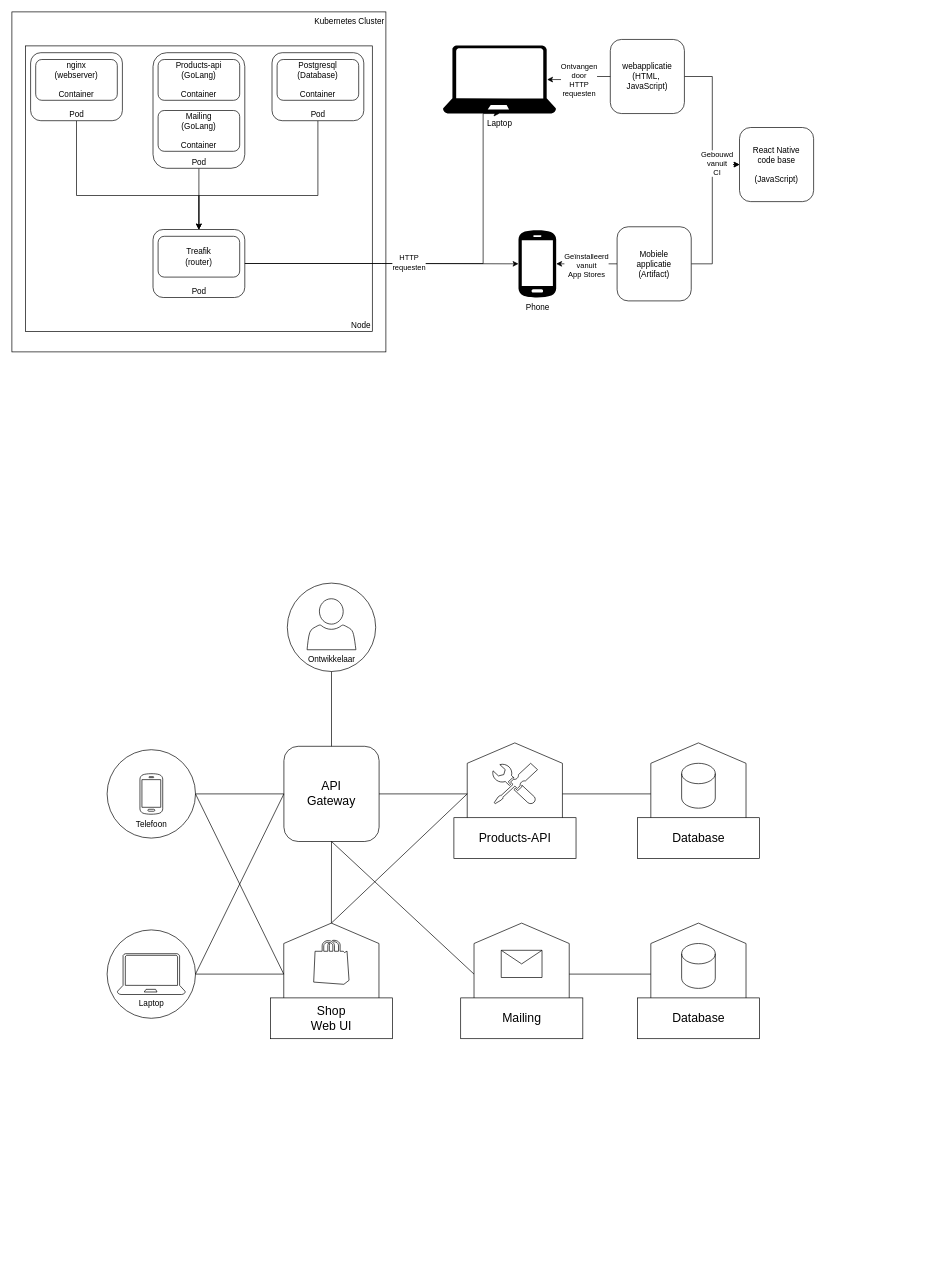
luukvankooten/draw.io keeps this draw.io diagram as page "Page-10" (10 of 10) of cli app.drawio. Above is the earlier version. Source tidied: cells renumbered, new cells numbered last; positions are measured from the earlier drawing's top-left corner, leaving out a move shared by most shapes. Both pictures are drawn from the tidied source at 68%, with x=0, y=0 at pixel (12, 12).
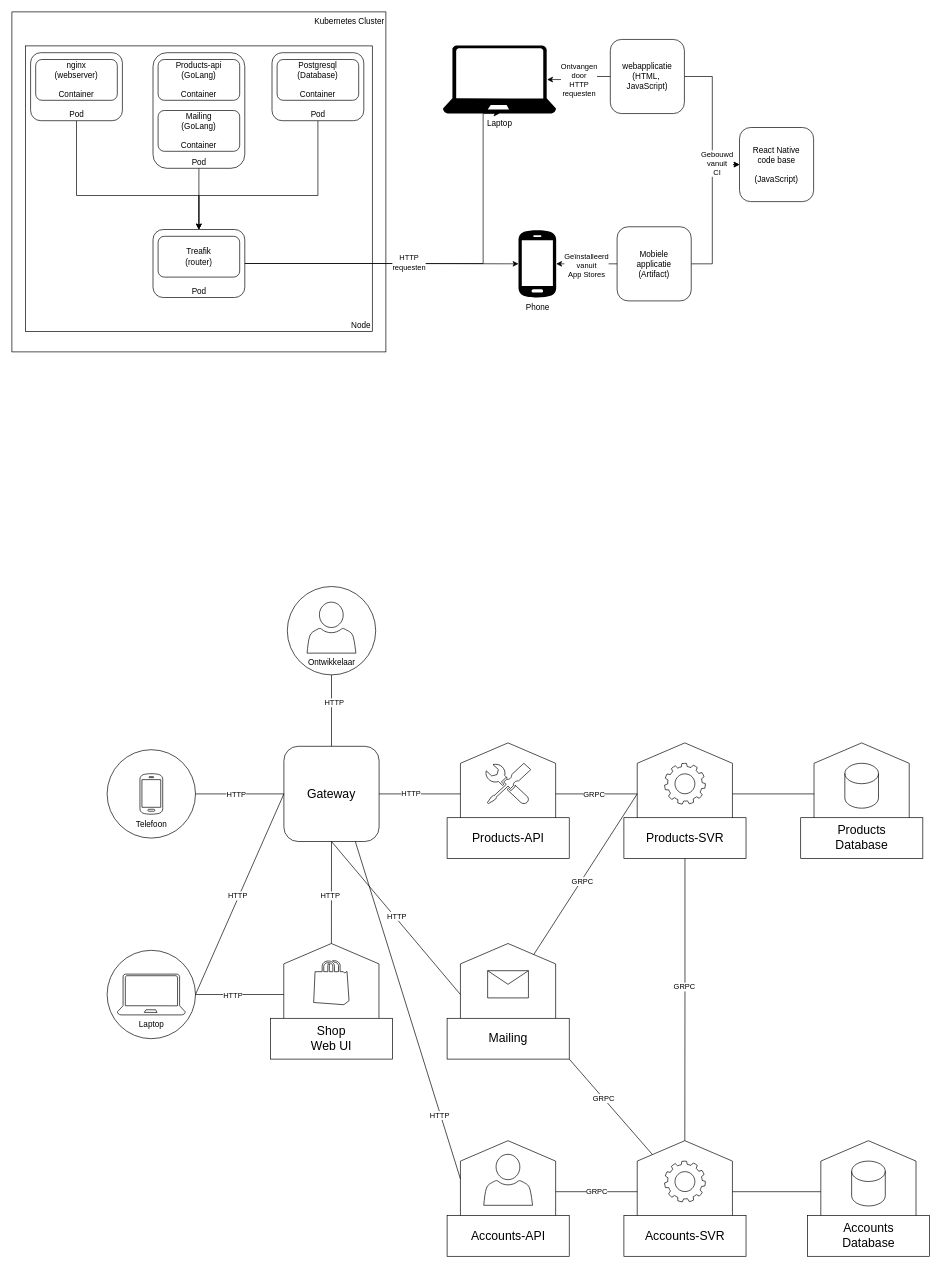
The same page after the edit.

The change refers to these unchanged cells:
```xml
<mxCell id="32" style="group;" parent="1" vertex="1">
  <mxGeometry x="140" y="1350" width="130" height="130" as="geometry" />
</mxCell>
<mxCell id="39" style="rounded=0;jettySize=auto;html=1;entryX=0.5;entryY=1;entryDx=0;entryDy=0;endArrow=none;endFill=0;" parent="1" edge="1" source="40" target="44">
  <mxGeometry relative="1" as="geometry" />
</mxCell>
<mxCell id="41" style="rounded=0;jettySize=auto;html=1;entryX=0;entryY=0.5;entryDx=0;entryDy=0;endArrow=none;endFill=0;" parent="1" edge="1" source="36" target="40">
  <mxGeometry relative="1" as="geometry" />
</mxCell>
<mxCell id="42" style="rounded=0;jettySize=auto;html=1;entryX=0;entryY=0.5;entryDx=0;entryDy=0;endArrow=none;endFill=0;exitX=1;exitY=0.5;exitDx=0;exitDy=0;" parent="1" edge="1" source="33" target="40">
  <mxGeometry relative="1" as="geometry" />
</mxCell>
<mxCell id="44" style="shape=hexagon;perimeter=hexagonPerimeter2;whiteSpace=wrap;html=1;fixedSize=1;rotation=90;size=30;fillColor=none;" parent="43" vertex="1">
  <mxGeometry x="14.6" y="5" width="150" height="140" as="geometry" />
</mxCell>
<mxCell id="49" style="shape=hexagon;perimeter=hexagonPerimeter2;whiteSpace=wrap;html=1;fixedSize=1;rotation=90;size=30;fillColor=none;" parent="48" vertex="1">
  <mxGeometry x="14.6" y="5" width="150" height="140" as="geometry" />
</mxCell>
<mxCell id="53" style="shape=hexagon;perimeter=hexagonPerimeter2;whiteSpace=wrap;html=1;fixedSize=1;rotation=90;size=30;fillColor=none;" parent="52" vertex="1">
  <mxGeometry x="14.6" y="5" width="150" height="140" as="geometry" />
</mxCell>
<mxCell id="56" style="rounded=0;jettySize=auto;html=1;entryX=0.5;entryY=1;entryDx=0;entryDy=0;strokeColor=default;endArrow=none;endFill=0;" parent="1" edge="1" source="33" target="53">
  <mxGeometry relative="1" as="geometry" />
</mxCell>
<mxCell id="57" style="rounded=0;jettySize=auto;html=1;entryX=0.5;entryY=1;entryDx=0;entryDy=0;endArrow=none;endFill=0;" parent="1" edge="1" source="53" target="40">
  <mxGeometry relative="1" as="geometry" />
</mxCell>
<mxCell id="60" style="shape=hexagon;perimeter=hexagonPerimeter2;whiteSpace=wrap;html=1;fixedSize=1;rotation=90;size=30;fillColor=none;" parent="59" vertex="1">
  <mxGeometry x="14.6" y="5" width="150" height="140" as="geometry" />
</mxCell>
<mxCell id="61" value="&lt;font style=&quot;font-size: 18px;&quot;&gt;Mailing&lt;/font&gt;" style="rounded=0;whiteSpace=wrap;html=1;" parent="59" vertex="1">
  <mxGeometry y="110" width="179.6" height="60" as="geometry" />
</mxCell>
<mxCell id="63" style="rounded=0;jettySize=auto;html=1;entryX=0.5;entryY=1;entryDx=0;entryDy=0;endArrow=none;endFill=0;exitX=0.5;exitY=1;exitDx=0;exitDy=0;" parent="1" edge="1" source="60" target="40">
  <mxGeometry relative="1" as="geometry" />
</mxCell>
<mxCell id="72" style="edgeStyle=orthogonalEdgeStyle;rounded=0;jettySize=auto;html=1;endArrow=none;endFill=0;" parent="1" edge="1" source="70" target="40">
  <mxGeometry relative="1" as="geometry" />
</mxCell>
```

The edit, as a diff of the source:
```diff
@@
-    <mxCell id="2" style="rounded=0;jettySize=auto;html=1;entryX=0.5;entryY=1;entryDx=0;entryDy=0;endArrow=none;endFill=0;exitX=0;exitY=0.5;exitDx=0;exitDy=0;" parent="1" edge="1" source="53" target="44">
-      <mxGeometry relative="1" as="geometry" />
-    </mxCell>
@@
     <mxCell id="33" style="ellipse;whiteSpace=wrap;html=1;fillColor=none;" parent="32" vertex="1">
-      <mxGeometry width="130" height="130" as="geometry" />
+      <mxGeometry y="30" width="130" height="130" as="geometry" />
     </mxCell>
     <mxCell id="34" value="&lt;div&gt;Laptop&lt;/div&gt;" style="verticalLabelPosition=bottom;html=1;verticalAlign=top;align=center;strokeColor=default;fillColor=none;shape=mxgraph.azure.laptop;" parent="32" vertex="1">
-      <mxGeometry x="15" y="35" width="100" height="60" as="geometry" />
+      <mxGeometry x="15" y="65" width="100" height="60" as="geometry" />
     </mxCell>
@@
+    <mxCell id="73" value="HTTP" style="edgeLabel;html=1;align=center;verticalAlign=middle;" parent="39" vertex="1">
+      <mxGeometry x="-0.23" y="1" relative="1" as="geometry" />
+    </mxCell>
+    <mxCell id="74" style="rounded=0;jettySize=auto;html=1;entryX=0.375;entryY=1;entryDx=0;entryDy=0;exitX=0.75;exitY=1;exitDx=0;exitDy=0;endArrow=none;endFill=0;" parent="1" edge="1" source="40" target="92">
+      <mxGeometry relative="1" as="geometry" />
+    </mxCell>
+    <mxCell id="75" value="HTTP" style="edgeLabel;html=1;align=center;verticalAlign=middle;" parent="74" vertex="1">
+      <mxGeometry x="0.62" y="-2" relative="1" as="geometry" />
+    </mxCell>
-    <mxCell id="40" value="&lt;div style=&quot;font-size: 18px;&quot;&gt;&lt;font style=&quot;font-size: 18px;&quot;&gt;API&lt;/font&gt;&lt;/div&gt;&lt;div style=&quot;font-size: 18px;&quot;&gt;&lt;font style=&quot;font-size: 18px;&quot;&gt;Gateway&lt;font style=&quot;font-size: 18px;&quot;&gt;&lt;br&gt;&lt;/font&gt;&lt;/font&gt;&lt;/div&gt;" style="rounded=1;whiteSpace=wrap;html=1;fillColor=none;" parent="1" vertex="1">
+    <mxCell id="40" value="&lt;div style=&quot;font-size: 18px;&quot;&gt;&lt;font style=&quot;font-size: 18px;&quot;&gt;Gateway&lt;font style=&quot;font-size: 18px;&quot;&gt;&lt;br&gt;&lt;/font&gt;&lt;/font&gt;&lt;/div&gt;" style="rounded=1;whiteSpace=wrap;html=1;fillColor=none;" parent="1" vertex="1">
       <mxGeometry x="400" y="1080" width="140" height="140" as="geometry" />
     </mxCell>
@@
+    <mxCell id="76" value="HTTP" style="edgeLabel;html=1;align=center;verticalAlign=middle;" parent="41" vertex="1">
+      <mxGeometry x="-0.1" relative="1" as="geometry" />
+    </mxCell>
@@
+    <mxCell id="77" value="HTTP" style="edgeLabel;html=1;align=center;verticalAlign=middle;" parent="42" vertex="1">
+      <mxGeometry x="-0.02" y="2" relative="1" as="geometry" />
+    </mxCell>
     <mxCell id="43" style="group;" parent="1" vertex="1">
-      <mxGeometry x="650" y="1075" width="179.6" height="170" as="geometry" />
+      <mxGeometry x="640" y="1075" width="179.6" height="170" as="geometry" />
     </mxCell>
@@
-    <mxCell id="47" style="edgeStyle=orthogonalEdgeStyle;rounded=0;jettySize=auto;html=1;entryX=0.5;entryY=1;entryDx=0;entryDy=0;endArrow=none;endFill=0;" parent="1" edge="1" source="44" target="49">
-      <mxGeometry relative="1" as="geometry" />
-    </mxCell>
     <mxCell id="48" style="group;" parent="1" vertex="1">
-      <mxGeometry x="920" y="1075" width="179.6" height="170" as="geometry" />
+      <mxGeometry x="1160" y="1075" width="179.6" height="170" as="geometry" />
     </mxCell>
@@
-    <mxCell id="51" value="&lt;font style=&quot;font-size: 18px;&quot;&gt;Database&lt;/font&gt;" style="rounded=0;whiteSpace=wrap;html=1;" parent="48" vertex="1">
+    <mxCell id="51" value="&lt;font style=&quot;font-size: 18px;&quot;&gt;Products&lt;/font&gt;&lt;div&gt;&lt;font style=&quot;font-size: 18px;&quot;&gt;Database&lt;/font&gt;&lt;/div&gt;" style="rounded=0;whiteSpace=wrap;html=1;" parent="48" vertex="1">
       <mxGeometry y="110" width="179.6" height="60" as="geometry" />
     </mxCell>
     <mxCell id="52" style="group;" parent="1" vertex="1">
-      <mxGeometry x="380.2" y="1340" width="179.6" height="170" as="geometry" />
+      <mxGeometry x="380.2" y="1370" width="179.6" height="170" as="geometry" />
     </mxCell>
@@
+    <mxCell id="78" value="HTTP" style="edgeLabel;html=1;align=center;verticalAlign=middle;" parent="56" vertex="1">
+      <mxGeometry x="-0.17" y="-1" relative="1" as="geometry" />
+    </mxCell>
@@
-    <mxCell id="58" style="rounded=0;jettySize=auto;html=1;entryX=0.5;entryY=1;entryDx=0;entryDy=0;endArrow=none;endFill=0;" parent="1" edge="1" target="53">
-      <mxGeometry relative="1" as="geometry">
-        <mxPoint x="270" y="1150" as="sourcePoint" />
-      </mxGeometry>
-    </mxCell>
+    <mxCell id="79" value="HTTP" style="edgeLabel;html=1;align=center;verticalAlign=middle;" parent="57" vertex="1">
+      <mxGeometry x="-0.05" y="2" relative="1" as="geometry" />
+    </mxCell>
     <mxCell id="59" style="group;" parent="1" vertex="1">
-      <mxGeometry x="660" y="1340" width="179.6" height="170" as="geometry" />
+      <mxGeometry x="640" y="1370" width="179.6" height="170" as="geometry" />
     </mxCell>
@@
-    <mxCell id="64" style="group;" parent="1" vertex="1">
-      <mxGeometry x="920" y="1340" width="179.6" height="170" as="geometry" />
-    </mxCell>
-    <mxCell id="65" style="shape=hexagon;perimeter=hexagonPerimeter2;whiteSpace=wrap;html=1;fixedSize=1;rotation=90;size=30;fillColor=none;" parent="64" vertex="1">
-      <mxGeometry x="14.6" y="5" width="150" height="140" as="geometry" />
-    </mxCell>
-    <mxCell id="66" style="shape=cylinder3;whiteSpace=wrap;html=1;boundedLbl=1;backgroundOutline=1;size=15;fillColor=none;" parent="64" vertex="1">
-      <mxGeometry x="64.9" y="30" width="49.5" height="66" as="geometry" />
-    </mxCell>
-    <mxCell id="67" value="&lt;font style=&quot;font-size: 18px;&quot;&gt;Database&lt;/font&gt;" style="rounded=0;whiteSpace=wrap;html=1;" parent="64" vertex="1">
-      <mxGeometry y="110" width="179.6" height="60" as="geometry" />
-    </mxCell>
-    <mxCell id="68" style="edgeStyle=orthogonalEdgeStyle;rounded=0;jettySize=auto;html=1;entryX=0.5;entryY=1;entryDx=0;entryDy=0;endArrow=none;endFill=0;" parent="1" edge="1" source="60" target="65">
-      <mxGeometry relative="1" as="geometry" />
-    </mxCell>
+    <mxCell id="80" value="HTTP" style="edgeLabel;html=1;align=center;verticalAlign=middle;" parent="63" vertex="1">
+      <mxGeometry x="0.01" y="-3" relative="1" as="geometry" />
+    </mxCell>
     <mxCell id="69" style="group;" parent="1" vertex="1">
-      <mxGeometry x="405" y="840" width="130" height="130" as="geometry" />
+      <mxGeometry x="405" y="845" width="130" height="130" as="geometry" />
     </mxCell>
@@
+    <mxCell id="81" value="HTTP" style="edgeLabel;html=1;align=center;verticalAlign=middle;" parent="72" vertex="1">
+      <mxGeometry x="-0.24" y="3" relative="1" as="geometry" />
+    </mxCell>
+    <mxCell id="82" style="group;" parent="1" vertex="1">
+      <mxGeometry x="900" y="1075" width="179.6" height="170" as="geometry" />
+    </mxCell>
+    <mxCell id="83" style="shape=hexagon;perimeter=hexagonPerimeter2;whiteSpace=wrap;html=1;fixedSize=1;rotation=90;size=30;fillColor=none;" parent="82" vertex="1">
+      <mxGeometry x="14.6" y="5" width="150" height="140" as="geometry" />
+    </mxCell>
+    <mxCell id="84" value="&lt;font style=&quot;font-size: 18px;&quot;&gt;Products-SVR&lt;/font&gt;" style="rounded=0;whiteSpace=wrap;html=1;" parent="82" vertex="1">
+      <mxGeometry y="110" width="179.6" height="60" as="geometry" />
+    </mxCell>
+    <mxCell id="85" style="sketch=0;html=1;strokeColor=default;shadow=0;fillColor=none;verticalAlign=top;labelPosition=center;verticalLabelPosition=bottom;shape=mxgraph.gcp2.gear;" parent="82" vertex="1">
+      <mxGeometry x="59.8" y="30" width="60" height="60" as="geometry" />
+    </mxCell>
+    <mxCell id="86" style="edgeStyle=orthogonalEdgeStyle;rounded=0;jettySize=auto;html=1;entryX=0.5;entryY=1;entryDx=0;entryDy=0;endArrow=none;endFill=0;" parent="1" edge="1" source="44" target="83">
+      <mxGeometry relative="1" as="geometry" />
+    </mxCell>
+    <mxCell id="87" value="GRPC" style="edgeLabel;html=1;align=center;verticalAlign=middle;" parent="86" vertex="1">
+      <mxGeometry x="-0.12" relative="1" as="geometry">
+        <mxPoint x="3" as="offset" />
+      </mxGeometry>
+    </mxCell>
+    <mxCell id="88" style="rounded=0;jettySize=auto;html=1;entryX=0.5;entryY=1;entryDx=0;entryDy=0;endArrow=none;endFill=0;" parent="1" edge="1" source="60" target="83">
+      <mxGeometry relative="1" as="geometry" />
+    </mxCell>
+    <mxCell id="89" value="GRPC" style="edgeLabel;html=1;align=center;verticalAlign=middle;" parent="88" vertex="1">
+      <mxGeometry x="-0.07" y="-5" relative="1" as="geometry">
+        <mxPoint x="-4" as="offset" />
+      </mxGeometry>
+    </mxCell>
+    <mxCell id="90" style="rounded=0;jettySize=auto;html=1;endArrow=none;endFill=0;" parent="1" edge="1" source="83" target="49">
+      <mxGeometry relative="1" as="geometry" />
+    </mxCell>
+    <mxCell id="91" style="group;" parent="1" vertex="1">
+      <mxGeometry x="640" y="1660" width="179.6" height="170" as="geometry" />
+    </mxCell>
+    <mxCell id="92" style="shape=hexagon;perimeter=hexagonPerimeter2;whiteSpace=wrap;html=1;fixedSize=1;rotation=90;size=30;fillColor=none;" parent="91" vertex="1">
+      <mxGeometry x="14.6" y="5" width="150" height="140" as="geometry" />
+    </mxCell>
+    <mxCell id="93" value="&lt;font style=&quot;font-size: 18px;&quot;&gt;Accounts-API&lt;/font&gt;" style="rounded=0;whiteSpace=wrap;html=1;" parent="91" vertex="1">
+      <mxGeometry y="110" width="179.6" height="60" as="geometry" />
+    </mxCell>
+    <mxCell id="94" style="sketch=0;shadow=0;dashed=0;html=1;strokeColor=default;fillColor=none;labelPosition=center;verticalLabelPosition=bottom;verticalAlign=top;align=center;shape=mxgraph.office.users.user;" parent="91" vertex="1">
+      <mxGeometry x="53.9" y="20" width="71.8" height="75" as="geometry" />
+    </mxCell>
+    <mxCell id="95" style="group;" parent="1" vertex="1">
+      <mxGeometry x="900" y="1660" width="179.6" height="170" as="geometry" />
+    </mxCell>
+    <mxCell id="96" style="shape=hexagon;perimeter=hexagonPerimeter2;whiteSpace=wrap;html=1;fixedSize=1;rotation=90;size=30;fillColor=none;" parent="95" vertex="1">
+      <mxGeometry x="14.6" y="5" width="150" height="140" as="geometry" />
+    </mxCell>
+    <mxCell id="97" value="&lt;font style=&quot;font-size: 18px;&quot;&gt;Accounts-SVR&lt;/font&gt;" style="rounded=0;whiteSpace=wrap;html=1;" parent="95" vertex="1">
+      <mxGeometry y="110" width="179.6" height="60" as="geometry" />
+    </mxCell>
+    <mxCell id="98" style="sketch=0;html=1;strokeColor=default;shadow=0;fillColor=none;verticalAlign=top;labelPosition=center;verticalLabelPosition=bottom;shape=mxgraph.gcp2.gear;" parent="95" vertex="1">
+      <mxGeometry x="59.8" y="30" width="60" height="60" as="geometry" />
+    </mxCell>
+    <mxCell id="99" style="group;" parent="1" vertex="1">
+      <mxGeometry x="1170" y="1660" width="179.6" height="170" as="geometry" />
+    </mxCell>
+    <mxCell id="100" style="shape=hexagon;perimeter=hexagonPerimeter2;whiteSpace=wrap;html=1;fixedSize=1;rotation=90;size=30;fillColor=none;" parent="99" vertex="1">
+      <mxGeometry x="14.6" y="5" width="150" height="140" as="geometry" />
+    </mxCell>
+    <mxCell id="66" style="shape=cylinder3;whiteSpace=wrap;html=1;boundedLbl=1;backgroundOutline=1;size=15;fillColor=none;" parent="99" vertex="1">
+      <mxGeometry x="64.9" y="30" width="49.5" height="66" as="geometry" />
+    </mxCell>
+    <mxCell id="101" value="&lt;div&gt;&lt;font style=&quot;font-size: 18px;&quot;&gt;Accounts&lt;/font&gt;&lt;/div&gt;&lt;div&gt;&lt;font style=&quot;font-size: 18px;&quot;&gt;Database&lt;/font&gt;&lt;/div&gt;" style="rounded=0;whiteSpace=wrap;html=1;" parent="99" vertex="1">
+      <mxGeometry y="110" width="179.6" height="60" as="geometry" />
+    </mxCell>
+    <mxCell id="102" style="edgeStyle=orthogonalEdgeStyle;rounded=0;jettySize=auto;html=1;entryX=0;entryY=0.5;entryDx=0;entryDy=0;endArrow=none;endFill=0;" parent="1" edge="1" source="84" target="96">
+      <mxGeometry relative="1" as="geometry" />
+    </mxCell>
+    <mxCell id="103" value="GRPC" style="edgeLabel;html=1;align=center;verticalAlign=middle;" parent="102" vertex="1">
+      <mxGeometry x="-0.09" y="-1" relative="1" as="geometry">
+        <mxPoint y="-1" as="offset" />
+      </mxGeometry>
+    </mxCell>
+    <mxCell id="104" value="GRPC" style="edgeStyle=orthogonalEdgeStyle;rounded=0;jettySize=auto;html=1;entryX=0.5;entryY=1;entryDx=0;entryDy=0;endArrow=none;endFill=0;" parent="1" edge="1" source="92" target="96">
+      <mxGeometry relative="1" as="geometry" />
+    </mxCell>
+    <mxCell id="105" style="rounded=0;jettySize=auto;html=1;entryX=1;entryY=1;entryDx=0;entryDy=0;endArrow=none;endFill=0;" parent="1" edge="1" source="96" target="61">
+      <mxGeometry relative="1" as="geometry" />
+    </mxCell>
+    <mxCell id="106" value="GRPC" style="edgeLabel;html=1;align=center;verticalAlign=middle;" parent="105" vertex="1">
+      <mxGeometry x="0.17" y="1" relative="1" as="geometry">
+        <mxPoint y="-1" as="offset" />
+      </mxGeometry>
+    </mxCell>
+    <mxCell id="107" style="edgeStyle=orthogonalEdgeStyle;rounded=0;jettySize=auto;html=1;entryX=0.5;entryY=1;entryDx=0;entryDy=0;endArrow=none;endFill=0;" parent="1" edge="1" source="96" target="100">
+      <mxGeometry relative="1" as="geometry" />
+    </mxCell>
```
